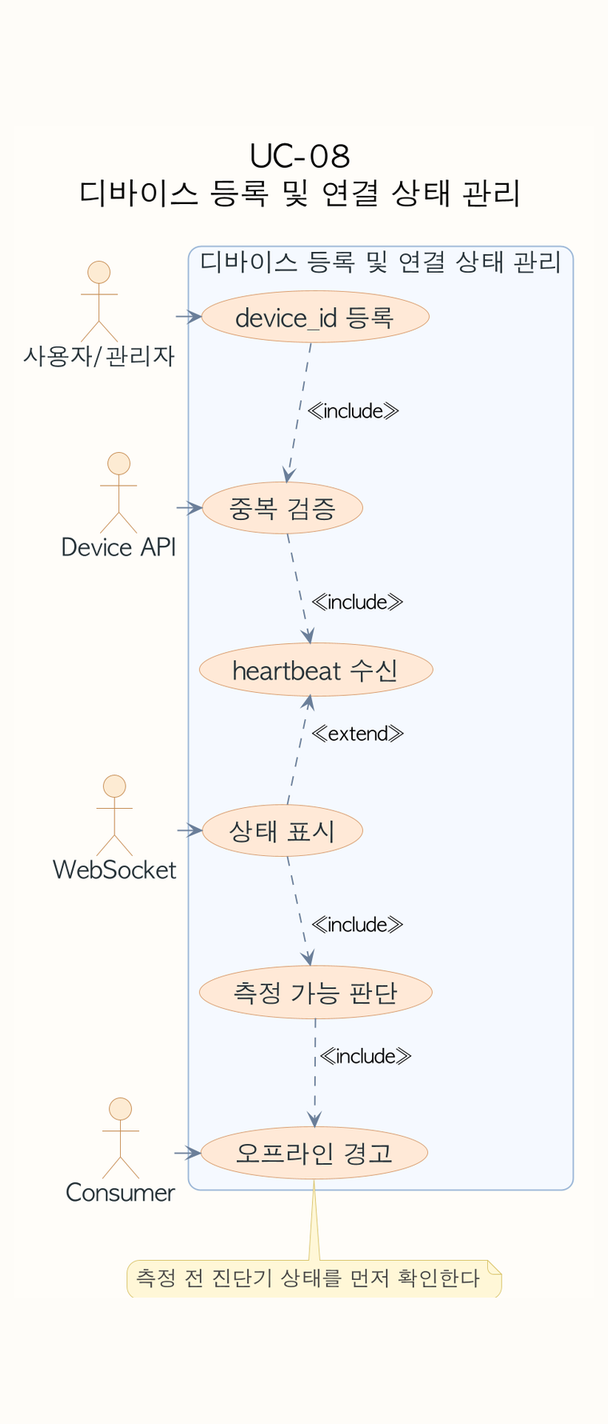
The PlantUML diagram assets/diagrams/usecase/uc-08-usecase.png in ricky30825-creator/BMS, before a commit. Its source is kept beside it as assets/diagrams/usecase/uc-08-usecase.puml.
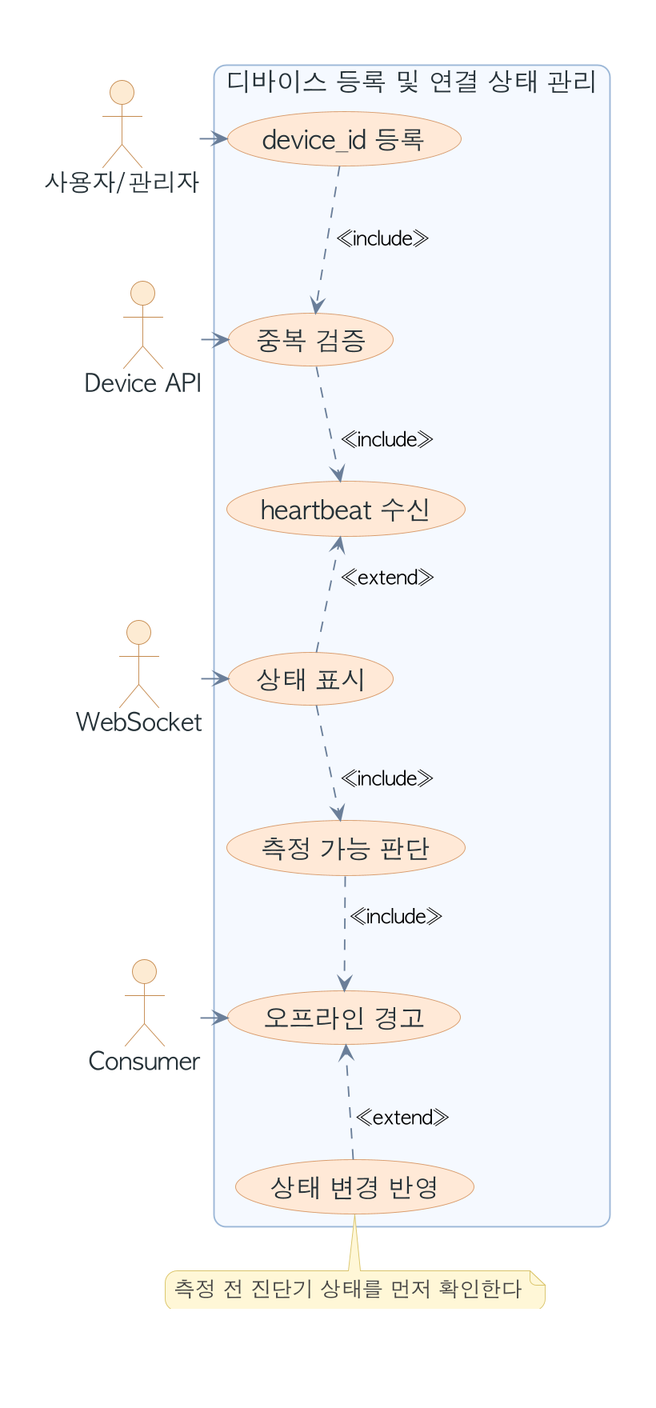
After the commit.

What changed in the source:
```diff
@@ -1,16 +1,15 @@
 @startuml
 !pragma layout smetana
-skinparam backgroundColor #FEFCF8
+skinparam backgroundColor transparent
 skinparam shadowing false
 skinparam dpi 180
 skinparam defaultFontName "AppleGothic"
-skinparam defaultFontSize 18
-skinparam TitleFontSize 22
-skinparam ActorFontSize 17
-skinparam UsecaseFontSize 18
-skinparam NoteFontSize 15
-skinparam ArrowFontSize 14
-skinparam roundcorner 18
+skinparam defaultFontSize 17
+skinparam ActorFontSize 16
+skinparam UsecaseFontSize 17
+skinparam NoteFontSize 14
+skinparam ArrowFontSize 13
+skinparam roundcorner 16
 skinparam usecase {
   BackgroundColor #F8FAFC
   BorderColor #8EA7C2
@@ -37,7 +36,6 @@
   BackgroundColor #FFE8D6
   BorderColor #D79A6A
 }
-title UC-08\n디바이스 등록 및 연결 상태 관리
 actor "사용자/관리자" as A
 actor "Device API" as S1
 actor "WebSocket" as S2
@@ -49,12 +47,14 @@
   usecase "상태 표시" as U4
   usecase "측정 가능 판단" as U5
   usecase "오프라인 경고" as U6
+  usecase "상태 변경 반영" as U7
 }
 U1 -[hidden]down- U2
 U2 -[hidden]down- U3
 U3 -[hidden]down- U4
 U4 -[hidden]down- U5
 U5 -[hidden]down- U6
+U6 -[hidden]down- U7
 A -right-> U1
 S1 -left-> U2
 S2 -left-> U4
@@ -64,7 +64,8 @@
 U4 ..> U3 : <<extend>>
 U4 ..> U5 : <<include>>
 U5 ..> U6 : <<include>>
-note bottom of U6
+U7 ..> U6 : <<extend>>
+note bottom of U7
 측정 전 진단기 상태를 먼저 확인한다
 end note
 @enduml
```
